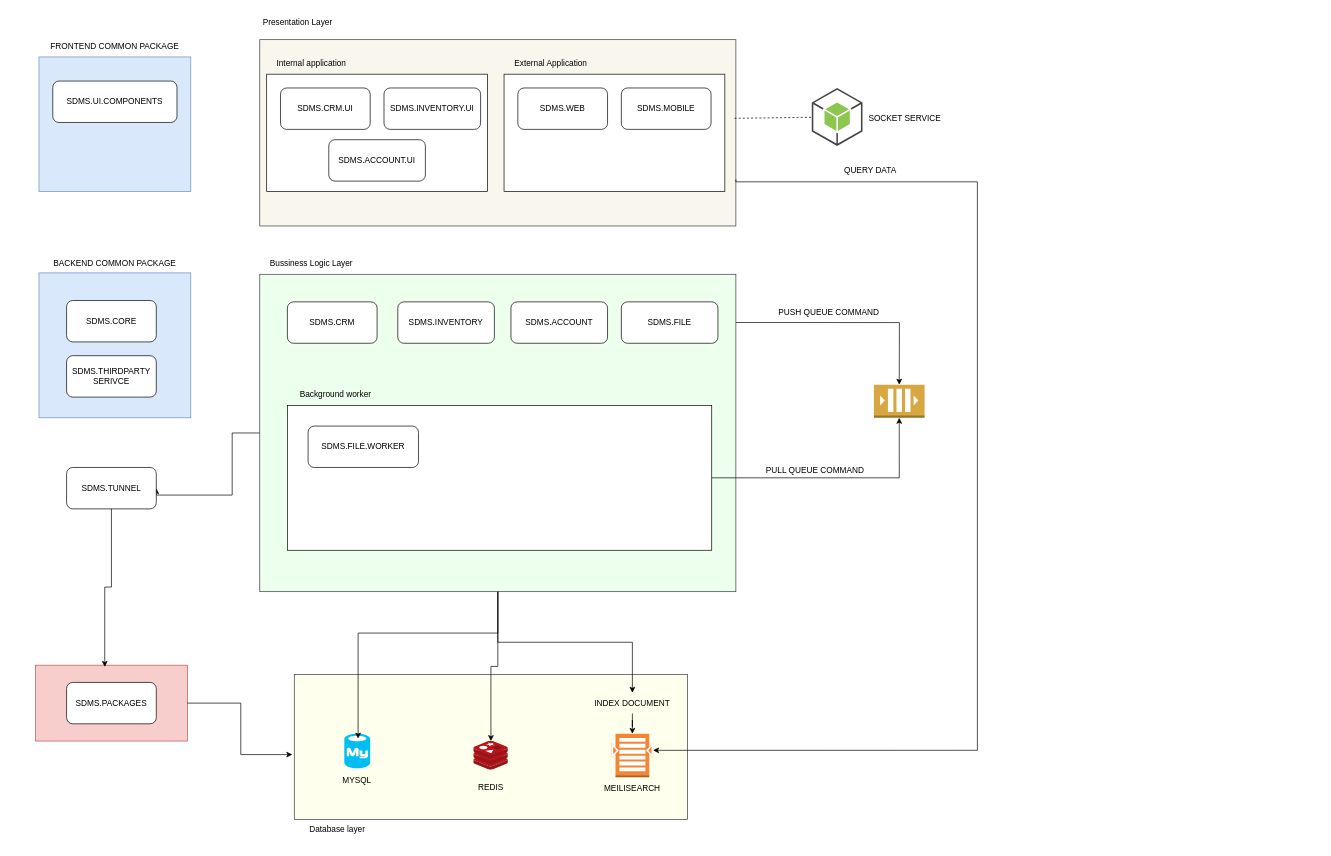
Earlier version of the draw.io diagram drawio/sdms.layer.drawio (phamvietdung/sdms.architecture). Source tidied: cells renumbered, new cells numbered last; positions are measured from the earlier drawing's top-left corner, leaving out a move shared by most shapes. Both pictures are drawn from the tidied source at 69%, with x=0, y=0 at pixel (35, 12).
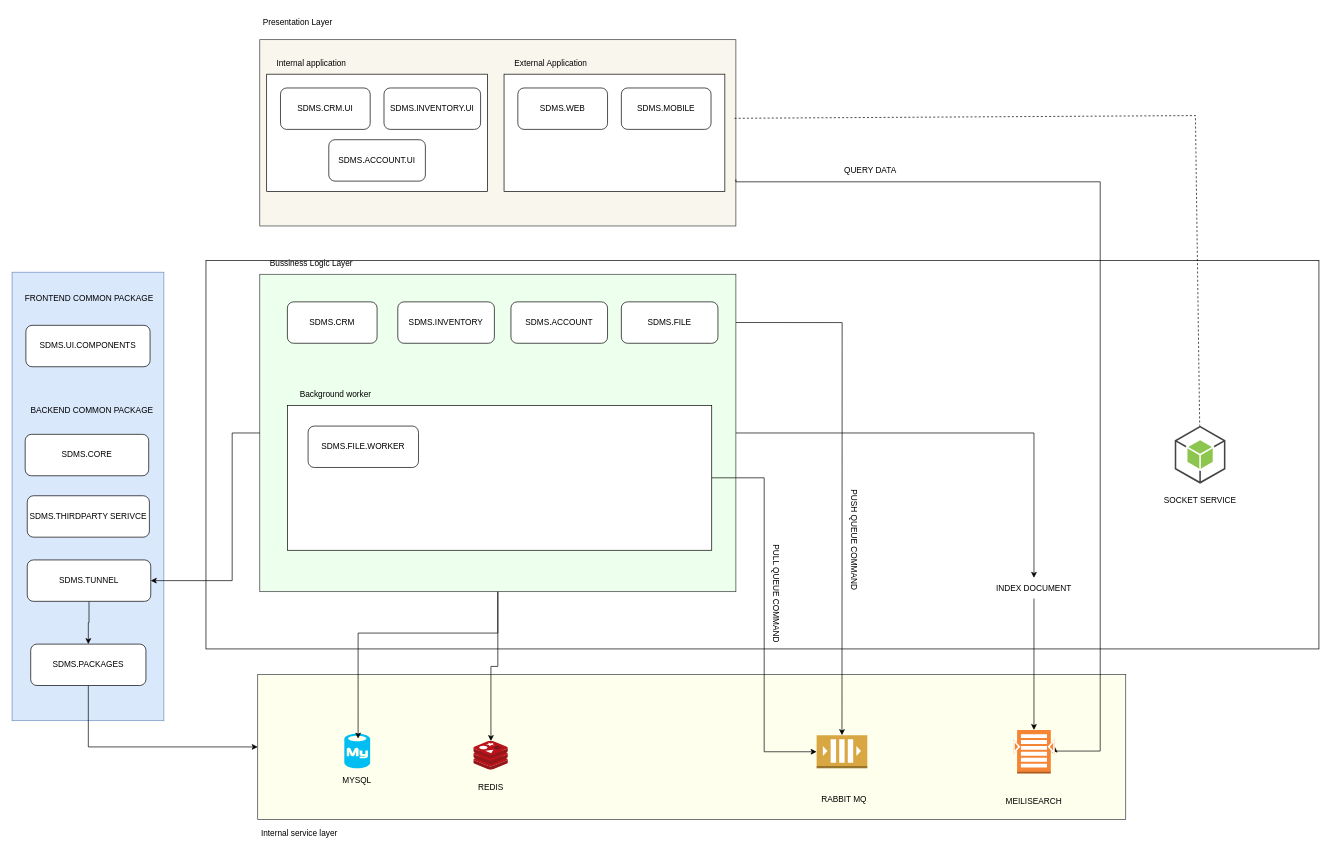
Above is the later version.

The change refers to these unchanged cells:
```xml
<mxCell id="3" style="rounded=0;whiteSpace=wrap;html=1;fillColor=#f9f7ed;strokeColor=#36393d;" parent="1" vertex="1">
  <mxGeometry x="325" y="40" width="690" height="270" as="geometry" />
</mxCell>
<mxCell id="6" style="rounded=0;whiteSpace=wrap;html=1;fillColor=#EDFFED;strokeColor=#36393d;" parent="1" vertex="1">
  <mxGeometry x="325" y="380" width="690" height="460" as="geometry" />
</mxCell>
<mxCell id="22" style="rounded=0;whiteSpace=wrap;html=1;" parent="1" vertex="1">
  <mxGeometry x="365" y="570" width="615" height="210" as="geometry" />
</mxCell>
```

Diff of the diagram source:
```diff
@@
+    <mxCell id="58" style="rounded=0;whiteSpace=wrap;html=1;" parent="1" vertex="1">
+      <mxGeometry x="247" y="360" width="1613" height="563" as="geometry" />
+    </mxCell>
     <mxCell id="2" style="rounded=0;whiteSpace=wrap;html=1;fillColor=#FEFFED;strokeColor=#36393d;" parent="1" vertex="1">
-      <mxGeometry x="375" y="960" width="570" height="210" as="geometry" />
+      <mxGeometry x="322" y="960" width="1258" height="210" as="geometry" />
     </mxCell>
@@
-    <mxCell id="5" style="edgeStyle=orthogonalEdgeStyle;rounded=0;jettySize=auto;html=1;entryX=1;entryY=0.5;entryDx=0;entryDy=0;" parent="1" edge="1" source="6" target="52">
-      <mxGeometry relative="1" as="geometry">
-        <Array as="points">
-          <mxPoint x="285" y="610" />
-          <mxPoint x="285" y="700" />
-          <mxPoint x="175" y="700" />
-        </Array>
-      </mxGeometry>
-    </mxCell>
@@
     <mxCell id="25" style="rounded=0;whiteSpace=wrap;html=1;fillColor=#dae8fc;strokeColor=#6c8ebf;" parent="1" vertex="1">
-      <mxGeometry x="5" y="378" width="220" height="210" as="geometry" />
+      <mxGeometry x="-34" y="377" width="220" height="650" as="geometry" />
     </mxCell>
     <mxCell id="26" value="SDMS.CORE" style="rounded=1;whiteSpace=wrap;html=1;" parent="1" vertex="1">
-      <mxGeometry x="45" y="418" width="130" height="60" as="geometry" />
+      <mxGeometry x="-15" y="612" width="179" height="60" as="geometry" />
     </mxCell>
     <mxCell id="27" value="SDMS.THIRDPARTY SERIVCE" style="rounded=1;whiteSpace=wrap;html=1;" parent="1" vertex="1">
-      <mxGeometry x="45" y="498" width="130" height="60" as="geometry" />
+      <mxGeometry x="-12" y="701" width="177" height="60" as="geometry" />
     </mxCell>
-    <mxCell id="28" style="rounded=0;whiteSpace=wrap;html=1;fillColor=#dae8fc;strokeColor=#6c8ebf;" parent="1" vertex="1">
-      <mxGeometry x="5" y="65" width="220" height="195" as="geometry" />
-    </mxCell>
     <mxCell id="29" value="SDMS.UI.COMPONENTS" style="rounded=1;whiteSpace=wrap;html=1;" parent="1" vertex="1">
-      <mxGeometry x="25" y="100" width="180" height="60" as="geometry" />
+      <mxGeometry x="-14" y="454" width="180" height="60" as="geometry" />
     </mxCell>
-    <mxCell id="30" style="rounded=0;whiteSpace=wrap;html=1;fillColor=#f8cecc;strokeColor=#b85450;" parent="1" vertex="1">
-      <mxGeometry y="946.5" width="220" height="110" as="geometry" />
-    </mxCell>
+    <mxCell id="59" style="edgeStyle=orthogonalEdgeStyle;rounded=0;jettySize=auto;html=1;" parent="1" edge="1" source="31" target="2">
+      <mxGeometry relative="1" as="geometry">
+        <Array as="points">
+          <mxPoint x="77" y="1065" />
+        </Array>
+      </mxGeometry>
+    </mxCell>
     <mxCell id="31" value="SDMS.PACKAGES" style="rounded=1;whiteSpace=wrap;html=1;" parent="1" vertex="1">
-      <mxGeometry x="45" y="971.5" width="130" height="60" as="geometry" />
+      <mxGeometry x="-7" y="916" width="167" height="60" as="geometry" />
     </mxCell>
     <mxCell id="32" style="outlineConnect=0;dashed=0;verticalLabelPosition=bottom;verticalAlign=top;align=center;html=1;shape=mxgraph.aws3.queue;fillColor=#D9A741;gradientColor=none;" parent="1" vertex="1">
-      <mxGeometry x="1215" y="540" width="73.5" height="48" as="geometry" />
+      <mxGeometry x="1132" y="1048" width="73.5" height="48" as="geometry" />
     </mxCell>
     <mxCell id="33" style="endArrow=classic;html=1;rounded=0;exitX=1;exitY=0.152;exitDx=0;exitDy=0;exitPerimeter=0;entryX=0.5;entryY=0;entryDx=0;entryDy=0;entryPerimeter=0;" parent="1" edge="1" source="6" target="32">
       <mxGeometry relative="1" as="geometry">
         <Array as="points">
-          <mxPoint x="1252" y="450" />
+          <mxPoint x="1169" y="450" />
         </Array>
       </mxGeometry>
     </mxCell>
-    <mxCell id="34" style="edgeStyle=orthogonalEdgeStyle;rounded=0;jettySize=auto;html=1;entryX=0.5;entryY=1;entryDx=0;entryDy=0;entryPerimeter=0;" parent="1" edge="1" source="22" target="32">
+    <mxCell id="34" style="edgeStyle=orthogonalEdgeStyle;rounded=0;jettySize=auto;html=1;entryX=0;entryY=0.5;entryDx=0;entryDy=0;entryPerimeter=0;" parent="1" edge="1" source="22" target="32">
       <mxGeometry relative="1" as="geometry" />
     </mxCell>
-    <mxCell id="35" value="PULL QUEUE COMMAND" style="text;html=1;strokeColor=none;fillColor=none;align=center;verticalAlign=middle;whiteSpace=wrap;rounded=0;" parent="1" vertex="1">
-      <mxGeometry x="1035" y="650" width="190" height="30" as="geometry" />
+    <mxCell id="35" value="PULL QUEUE COMMAND" style="text;html=1;strokeColor=none;fillColor=none;align=center;verticalAlign=middle;whiteSpace=wrap;rounded=0;rotation=90;" parent="1" vertex="1">
+      <mxGeometry x="979" y="828" width="190" height="30" as="geometry" />
     </mxCell>
-    <mxCell id="36" value="PUSH QUEUE COMMAND" style="text;html=1;strokeColor=none;fillColor=none;align=center;verticalAlign=middle;whiteSpace=wrap;rounded=0;" parent="1" vertex="1">
-      <mxGeometry x="1055" y="420" width="190" height="30" as="geometry" />
+    <mxCell id="36" value="PUSH QUEUE COMMAND" style="text;html=1;strokeColor=none;fillColor=none;align=center;verticalAlign=middle;whiteSpace=wrap;rounded=0;rotation=90;" parent="1" vertex="1">
+      <mxGeometry x="1092" y="750" width="190" height="30" as="geometry" />
     </mxCell>
     <mxCell id="37" style="outlineConnect=0;dashed=0;verticalLabelPosition=bottom;verticalAlign=top;align=center;html=1;shape=mxgraph.aws3.android;fillColor=#8CC64F;gradientColor=none;" parent="1" vertex="1">
-      <mxGeometry x="1125" y="110" width="73.5" height="84" as="geometry" />
+      <mxGeometry x="1651" y="599.5" width="73.5" height="84" as="geometry" />
     </mxCell>
     <mxCell id="38" style="endArrow=none;dashed=1;html=1;rounded=0;exitX=0.997;exitY=0.422;exitDx=0;exitDy=0;exitPerimeter=0;" parent="1" edge="1" source="3" target="37">
-      <mxGeometry relative="1" as="geometry" />
+      <mxGeometry relative="1" as="geometry">
+        <Array as="points">
+          <mxPoint x="1681" y="150" />
+        </Array>
+      </mxGeometry>
     </mxCell>
     <mxCell id="39" value="SOCKET SERVICE" style="text;html=1;strokeColor=none;fillColor=none;align=center;verticalAlign=middle;whiteSpace=wrap;rounded=0;" parent="1" vertex="1">
-      <mxGeometry x="1165" y="140" width="190" height="30" as="geometry" />
+      <mxGeometry x="1592.8" y="693" width="190" height="30" as="geometry" />
     </mxCell>
@@
     <mxCell id="42" style="edgeStyle=orthogonalEdgeStyle;rounded=0;jettySize=auto;html=1;exitX=1;exitY=0.75;exitDx=0;exitDy=0;entryX=1;entryY=0.38;entryDx=0;entryDy=0;entryPerimeter=0;" parent="1" edge="1" source="3" target="43">
       <mxGeometry relative="1" as="geometry">
         <Array as="points">
           <mxPoint x="1015" y="246" />
-          <mxPoint x="1365" y="246" />
-          <mxPoint x="1365" y="1070" />
+          <mxPoint x="1543" y="246" />
+          <mxPoint x="1543" y="1071" />
         </Array>
       </mxGeometry>
     </mxCell>
     <mxCell id="43" style="outlineConnect=0;dashed=0;verticalLabelPosition=bottom;verticalAlign=top;align=center;html=1;shape=mxgraph.aws3.search_documents;fillColor=#F58534;gradientColor=none;" parent="1" vertex="1">
-      <mxGeometry x="835" y="1046" width="60" height="63" as="geometry" />
+      <mxGeometry x="1417" y="1040.5" width="60" height="63" as="geometry" />
     </mxCell>
@@
     <mxCell id="47" value="INDEX DOCUMENT" style="text;html=1;strokeColor=none;fillColor=none;align=center;verticalAlign=middle;whiteSpace=wrap;rounded=0;" parent="1" vertex="1">
-      <mxGeometry x="805" y="986.5" width="120" height="30" as="geometry" />
+      <mxGeometry x="1387" y="820" width="120" height="30" as="geometry" />
     </mxCell>
@@
     <mxCell id="51" value="MEILISEARCH" style="text;html=1;strokeColor=none;fillColor=none;align=center;verticalAlign=middle;whiteSpace=wrap;rounded=0;" parent="1" vertex="1">
-      <mxGeometry x="810" y="1110" width="110" height="30" as="geometry" />
+      <mxGeometry x="1392" y="1128.5" width="110" height="30" as="geometry" />
     </mxCell>
+    <mxCell id="60" style="edgeStyle=orthogonalEdgeStyle;rounded=0;jettySize=auto;html=1;entryX=0.5;entryY=0;entryDx=0;entryDy=0;" parent="1" edge="1" source="52" target="31">
+      <mxGeometry relative="1" as="geometry" />
+    </mxCell>
     <mxCell id="52" value="SDMS.TUNNEL" style="rounded=1;whiteSpace=wrap;html=1;" parent="1" vertex="1">
-      <mxGeometry x="45" y="660" width="130" height="60" as="geometry" />
+      <mxGeometry x="-12" y="794" width="179" height="60" as="geometry" />
     </mxCell>
-    <mxCell id="53" style="edgeStyle=orthogonalEdgeStyle;rounded=0;jettySize=auto;html=1;entryX=0.456;entryY=0.023;entryDx=0;entryDy=0;entryPerimeter=0;" parent="1" edge="1" source="52" target="30">
-      <mxGeometry relative="1" as="geometry" />
-    </mxCell>
-    <mxCell id="54" style="edgeStyle=orthogonalEdgeStyle;rounded=0;jettySize=auto;html=1;entryX=-0.005;entryY=0.553;entryDx=0;entryDy=0;entryPerimeter=0;" parent="1" edge="1" source="30" target="2">
-      <mxGeometry relative="1" as="geometry" />
-    </mxCell>
     <mxCell id="55" value="BACKEND COMMON PACKAGE" style="text;html=1;strokeColor=none;fillColor=none;align=center;verticalAlign=middle;whiteSpace=wrap;rounded=0;" parent="1" vertex="1">
-      <mxGeometry x="5" y="349" width="220" height="30" as="geometry" />
+      <mxGeometry x="-28" y="563" width="220" height="30" as="geometry" />
     </mxCell>
     <mxCell id="56" value="FRONTEND COMMON PACKAGE" style="text;html=1;strokeColor=none;fillColor=none;align=center;verticalAlign=middle;whiteSpace=wrap;rounded=0;" parent="1" vertex="1">
-      <mxGeometry x="5" y="35" width="220" height="30" as="geometry" />
+      <mxGeometry x="-32" y="400" width="220" height="30" as="geometry" />
     </mxCell>
-    <mxCell id="57" value="Database layer" style="text;html=1;strokeColor=none;fillColor=none;align=center;verticalAlign=middle;whiteSpace=wrap;rounded=0;" parent="1" vertex="1">
-      <mxGeometry x="377" y="1170" width="121" height="30" as="geometry" />
+    <mxCell id="57" value="Internal service layer" style="text;html=1;strokeColor=none;fillColor=none;align=center;verticalAlign=middle;whiteSpace=wrap;rounded=0;" parent="1" vertex="1">
+      <mxGeometry x="322" y="1176" width="121" height="30" as="geometry" />
     </mxCell>
+    <mxCell id="61" value="RABBIT MQ" style="text;html=1;strokeColor=none;fillColor=none;align=center;verticalAlign=middle;whiteSpace=wrap;rounded=0;" parent="1" vertex="1">
+      <mxGeometry x="1117" y="1126" width="110" height="30" as="geometry" />
+    </mxCell>
+    <mxCell id="5" style="edgeStyle=orthogonalEdgeStyle;rounded=0;jettySize=auto;html=1;entryX=1;entryY=0.5;entryDx=0;entryDy=0;" parent="1" edge="1" source="6" target="52">
+      <mxGeometry relative="1" as="geometry">
+        <Array as="points">
+          <mxPoint x="285" y="610" />
+          <mxPoint x="285" y="824" />
+        </Array>
+      </mxGeometry>
+    </mxCell>
```
